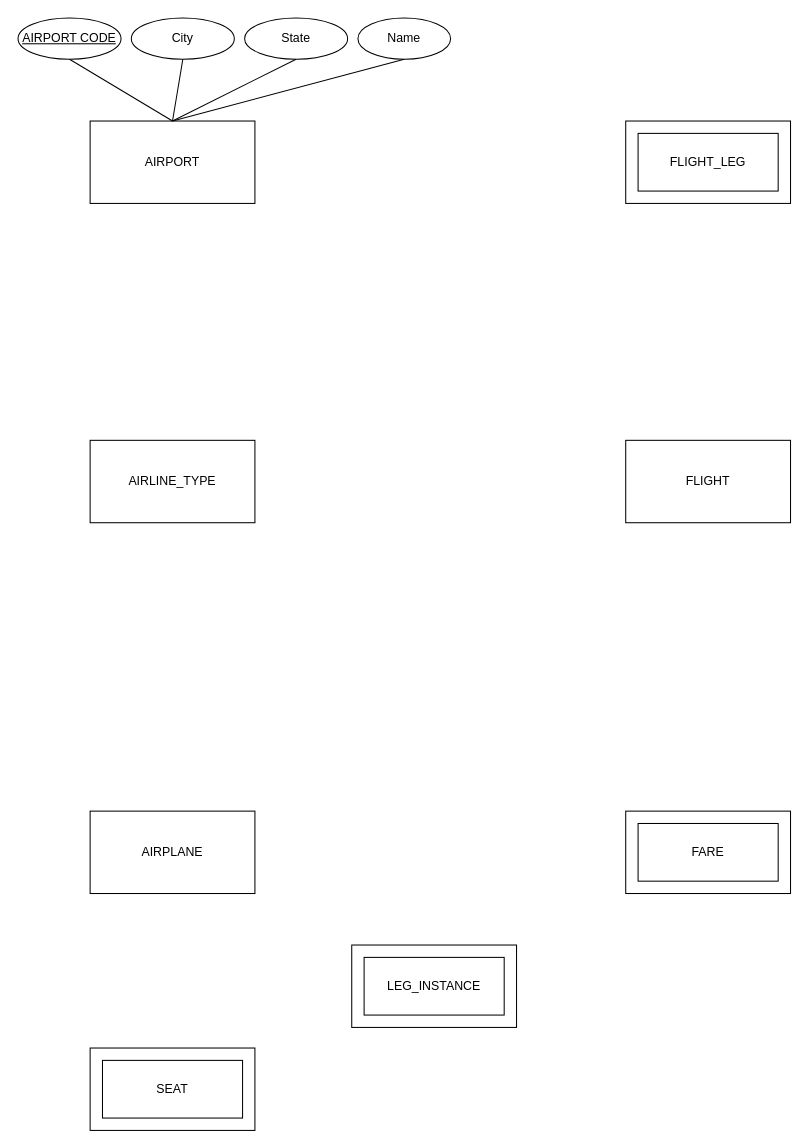
This is Untitled Diagram.drawio from BENHAN94/DB_model, a draw.io file, before an edit. Source tidied: cells renumbered, new cells numbered last; positions are measured from the earlier drawing's top-left corner, leaving out a move shared by most shapes. Both pictures are drawn from the tidied source at 103%, with x=0, y=0 at pixel (18, 18).
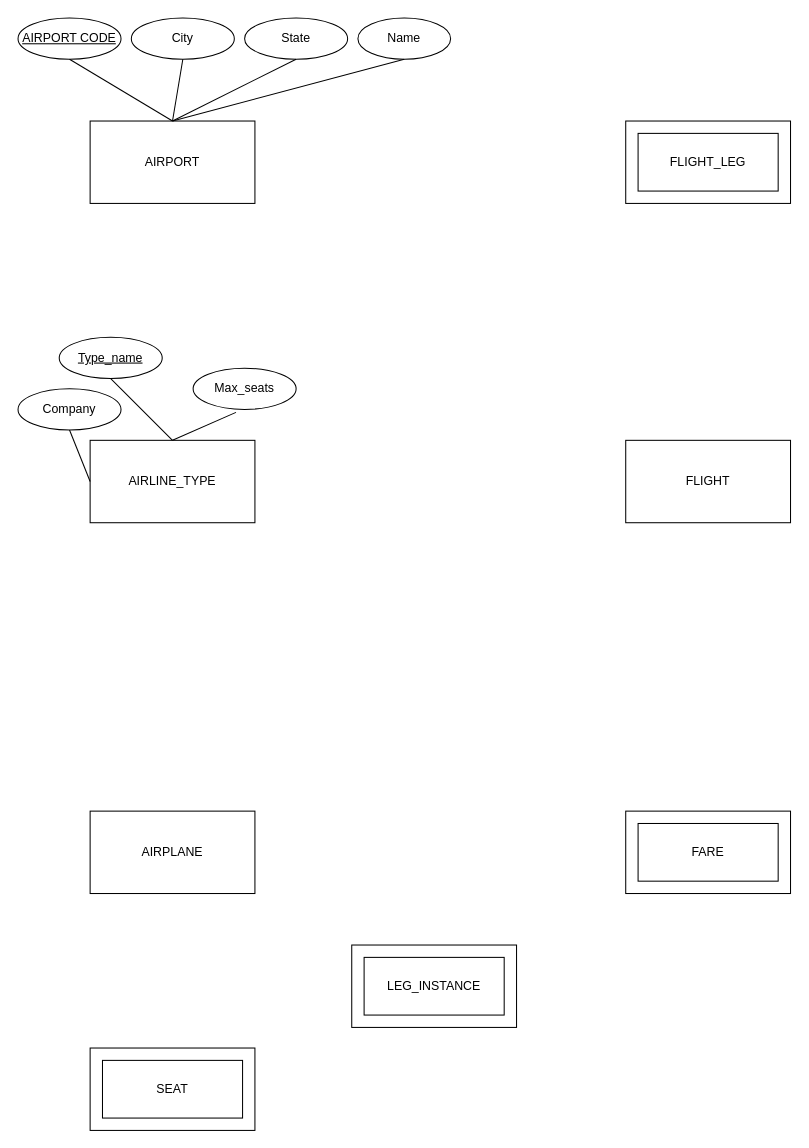
The same page after the edit.

Unchanged cells that the change refers to:
```xml
<mxCell id="4" value="AIRLINE_TYPE" style="rounded=0;whiteSpace=wrap;html=1;perimeterSpacing=0;sketch=0;" parent="1" vertex="1">
  <mxGeometry x="70" y="410" width="160" height="80" as="geometry" />
</mxCell>
```

Diff of the diagram source:
```diff
@@
+    <mxCell id="18" value="&lt;u&gt;Type_name&lt;/u&gt;" style="ellipse;whiteSpace=wrap;html=1;rounded=0;glass=0;sketch=0;gradientColor=none;" parent="1" vertex="1">
+      <mxGeometry x="40" y="310" width="100" height="40" as="geometry" />
+    </mxCell>
+    <mxCell id="19" value="Max_seats" style="ellipse;whiteSpace=wrap;html=1;rounded=0;glass=0;sketch=0;gradientColor=none;" parent="1" vertex="1">
+      <mxGeometry x="170" y="340" width="100" height="40" as="geometry" />
+    </mxCell>
+    <mxCell id="20" value="Company" style="ellipse;whiteSpace=wrap;html=1;rounded=0;glass=0;sketch=0;gradientColor=none;" parent="1" vertex="1">
+      <mxGeometry y="360" width="100" height="40" as="geometry" />
+    </mxCell>
+    <mxCell id="21" style="endArrow=none;html=1;exitX=0;exitY=0.5;exitDx=0;exitDy=0;entryX=0.5;entryY=1;entryDx=0;entryDy=0;" parent="1" edge="1" source="4" target="20">
+      <mxGeometry relative="1" as="geometry" />
+    </mxCell>
+    <mxCell id="22" style="endArrow=none;html=1;entryX=0.5;entryY=1;entryDx=0;entryDy=0;exitX=0.5;exitY=0;exitDx=0;exitDy=0;" parent="1" edge="1" source="4" target="18">
+      <mxGeometry relative="1" as="geometry" />
+    </mxCell>
+    <mxCell id="23" style="endArrow=none;html=1;entryX=0.416;entryY=1.071;entryDx=0;entryDy=0;entryPerimeter=0;" parent="1" edge="1" target="19">
+      <mxGeometry relative="1" as="geometry">
+        <mxPoint x="150" y="410" as="sourcePoint" />
+      </mxGeometry>
+    </mxCell>
```
